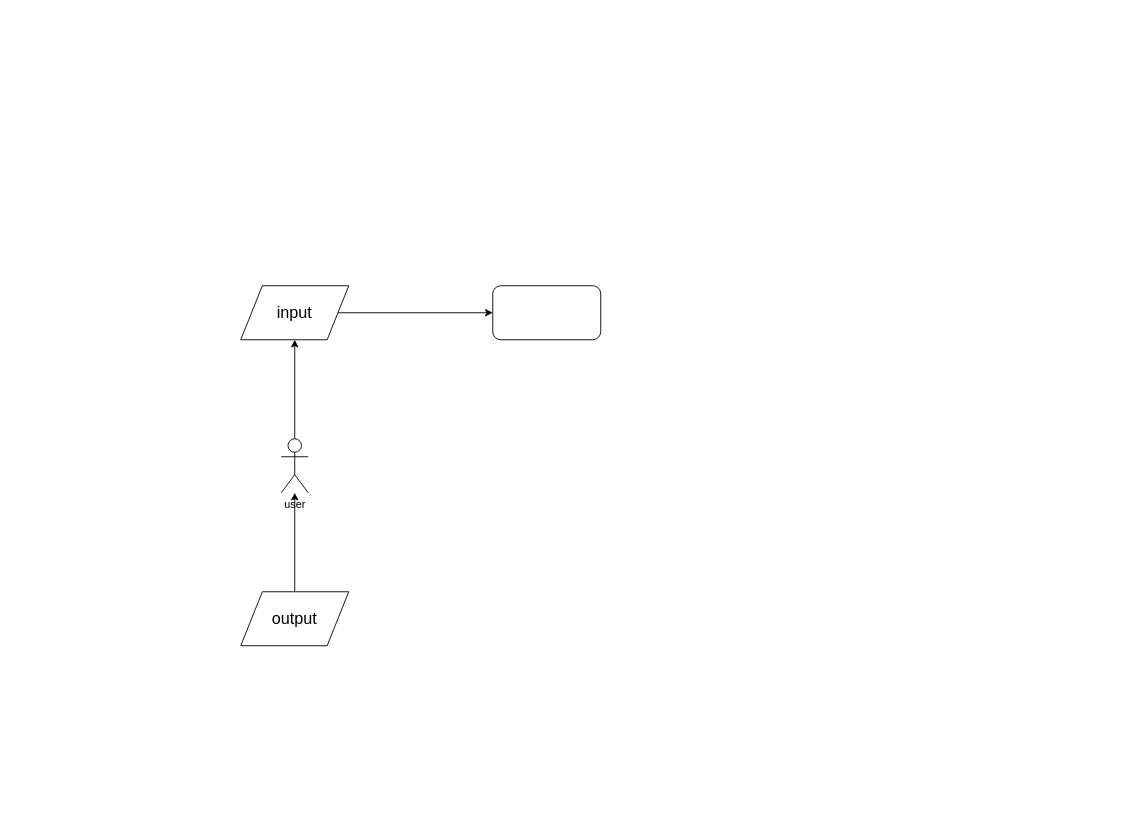
Above: flow_diagram/dialogue_structure.drawio in ricosr/travel_consult_chatbot (draw.io), before the change. Source tidied: cells renumbered, new cells numbered last; positions are measured from the earlier drawing's top-left corner, leaving out a move shared by most shapes. Both pictures are drawn from the tidied source at 90%, with x=0, y=0 at pixel (240, 285).
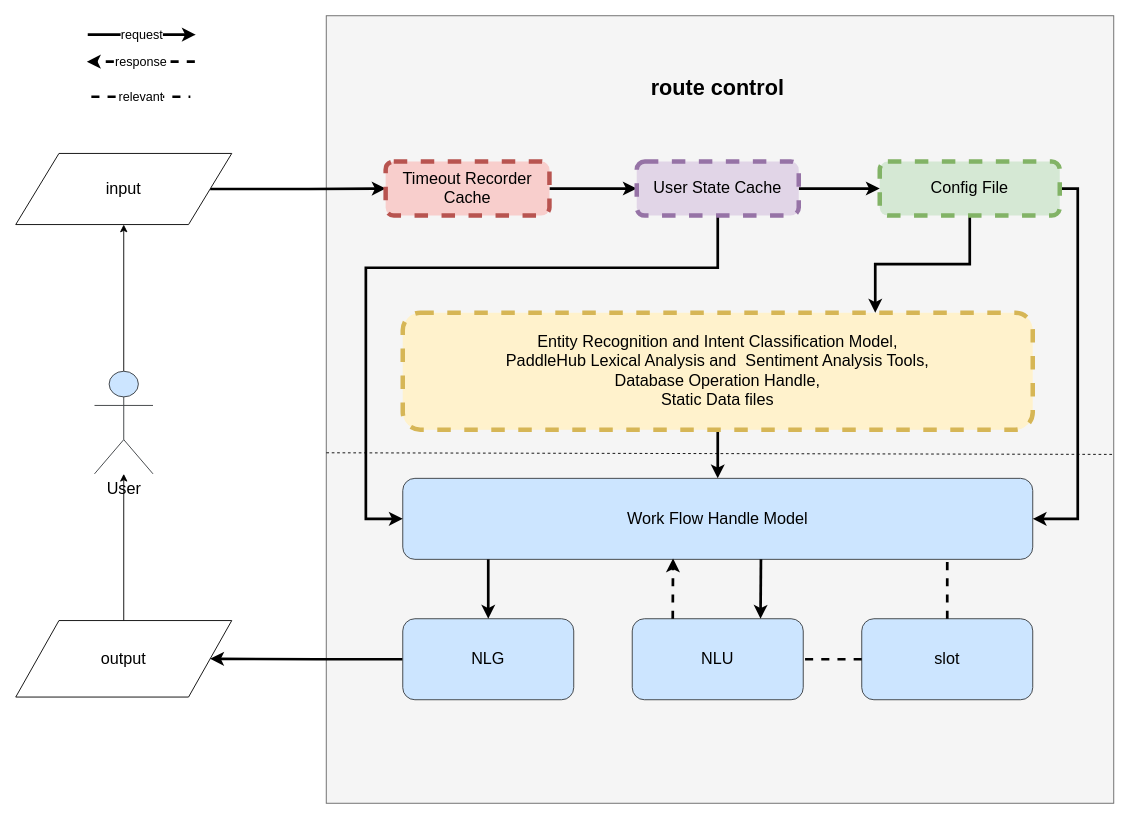
After the change.

What changed in the source:
```diff
@@
+    <mxCell id="9" style="whiteSpace=wrap;html=1;fillColor=#f5f5f5;strokeColor=#666666;fontColor=#333333;" parent="1" vertex="1">
+      <mxGeometry x="95" y="-300" width="875" height="875" as="geometry" />
+    </mxCell>
@@
-    <mxCell id="3" value="user" style="shape=umlActor;verticalLabelPosition=bottom;labelBackgroundColor=#ffffff;verticalAlign=top;html=1;outlineConnect=0;" parent="1" vertex="1">
-      <mxGeometry x="45" y="170" width="30" height="60" as="geometry" />
+    <mxCell id="3" value="&lt;font style=&quot;font-size: 18px&quot;&gt;User&lt;/font&gt;" style="shape=umlActor;verticalLabelPosition=bottom;labelBackgroundColor=#ffffff;verticalAlign=top;html=1;outlineConnect=0;fillColor=#cce5ff;strokeColor=#36393d;" parent="1" vertex="1">
+      <mxGeometry x="-162.5" y="95" width="65" height="114" as="geometry" />
     </mxCell>
-    <mxCell id="4" style="rounded=1;whiteSpace=wrap;html=1;" parent="1" vertex="1">
-      <mxGeometry x="280" width="120" height="60" as="geometry" />
-    </mxCell>
-    <mxCell id="5" style="edgeStyle=orthogonalEdgeStyle;rounded=0;jettySize=auto;html=1;exitX=1;exitY=0.5;exitDx=0;exitDy=0;entryX=0;entryY=0.5;entryDx=0;entryDy=0;" parent="1" edge="1" source="6" target="4">
+    <mxCell id="5" style="edgeStyle=orthogonalEdgeStyle;rounded=0;jettySize=auto;html=1;exitX=1;exitY=0.5;exitDx=0;exitDy=0;entryX=0;entryY=0.5;entryDx=0;entryDy=0;strokeWidth=3;" parent="1" edge="1" source="6" target="15">
       <mxGeometry relative="1" as="geometry" />
     </mxCell>
     <mxCell id="6" value="&lt;font style=&quot;font-size: 18px&quot;&gt;input&lt;/font&gt;" style="shape=parallelogram;perimeter=parallelogramPerimeter;whiteSpace=wrap;html=1;" parent="1" vertex="1">
-      <mxGeometry width="120" height="60" as="geometry" />
+      <mxGeometry x="-250" y="-147" width="240" height="79" as="geometry" />
     </mxCell>
@@
     <mxCell id="8" value="&lt;font style=&quot;font-size: 18px&quot;&gt;output&lt;/font&gt;" style="shape=parallelogram;perimeter=parallelogramPerimeter;whiteSpace=wrap;html=1;" parent="1" vertex="1">
-      <mxGeometry y="340" width="120" height="60" as="geometry" />
+      <mxGeometry x="-250" y="372" width="240" height="85" as="geometry" />
     </mxCell>
+    <mxCell id="10" value="&lt;font style=&quot;font-size: 24px&quot;&gt;&lt;b&gt;route control&lt;/b&gt;&lt;/font&gt;" style="text;html=1;strokeColor=none;fillColor=none;align=center;verticalAlign=middle;whiteSpace=wrap;rounded=0;" parent="1" vertex="1">
+      <mxGeometry x="450" y="-230" width="160" height="20" as="geometry" />
+    </mxCell>
+    <mxCell id="11" style="edgeStyle=orthogonalEdgeStyle;rounded=0;jettySize=auto;html=1;exitX=0.5;exitY=1;exitDx=0;exitDy=0;entryX=0.5;entryY=0;entryDx=0;entryDy=0;strokeWidth=3;" parent="1" edge="1" source="12" target="13">
+      <mxGeometry relative="1" as="geometry" />
+    </mxCell>
+    <mxCell id="12" value="&lt;font style=&quot;font-size: 18px&quot;&gt;Entity Recognition and Intent Classification Model,&lt;br&gt;PaddleHub&amp;nbsp;Lexical Analysis and&amp;nbsp; Sentiment Analysis Tools,&lt;br&gt;Database Operation Handle,&lt;br&gt;Static Data files&lt;br&gt;&lt;/font&gt;" style="rounded=1;whiteSpace=wrap;html=1;dashed=1;fillColor=#fff2cc;strokeColor=#d6b656;strokeWidth=5;" parent="1" vertex="1">
+      <mxGeometry x="180" y="30" width="700" height="130" as="geometry" />
+    </mxCell>
+    <mxCell id="13" value="&lt;font style=&quot;font-size: 18px&quot;&gt;Work Flow Handle Model&lt;/font&gt;" style="rounded=1;whiteSpace=wrap;html=1;fillColor=#cce5ff;strokeColor=#36393d;" parent="1" vertex="1">
+      <mxGeometry x="180" y="214" width="700" height="90" as="geometry" />
+    </mxCell>
+    <mxCell id="14" style="edgeStyle=orthogonalEdgeStyle;rounded=0;jettySize=auto;html=1;exitX=1;exitY=0.5;exitDx=0;exitDy=0;strokeWidth=3;" parent="1" edge="1" source="15" target="21">
+      <mxGeometry relative="1" as="geometry" />
+    </mxCell>
+    <mxCell id="15" value="&lt;span style=&quot;font-size: 18px&quot;&gt;Timeout Recorder Cache&lt;/span&gt;" style="rounded=1;whiteSpace=wrap;html=1;strokeWidth=5;dashed=1;fillColor=#f8cecc;strokeColor=#b85450;" parent="1" vertex="1">
+      <mxGeometry x="161" y="-138" width="182" height="60" as="geometry" />
+    </mxCell>
+    <mxCell id="16" style="edgeStyle=orthogonalEdgeStyle;rounded=0;jettySize=auto;html=1;exitX=1;exitY=0.5;exitDx=0;exitDy=0;entryX=1;entryY=0.5;entryDx=0;entryDy=0;strokeWidth=3;" parent="1" edge="1" source="18" target="13">
+      <mxGeometry relative="1" as="geometry" />
+    </mxCell>
+    <mxCell id="17" style="edgeStyle=orthogonalEdgeStyle;rounded=0;jettySize=auto;html=1;exitX=0.5;exitY=1;exitDx=0;exitDy=0;entryX=0.75;entryY=0;entryDx=0;entryDy=0;strokeWidth=3;" parent="1" edge="1" source="18" target="12">
+      <mxGeometry relative="1" as="geometry" />
+    </mxCell>
+    <mxCell id="18" value="&lt;span style=&quot;font-size: 18px&quot;&gt;Config File&lt;/span&gt;" style="rounded=1;whiteSpace=wrap;html=1;strokeWidth=5;dashed=1;fillColor=#d5e8d4;strokeColor=#82b366;" parent="1" vertex="1">
+      <mxGeometry x="710" y="-138" width="200" height="60" as="geometry" />
+    </mxCell>
+    <mxCell id="19" style="edgeStyle=orthogonalEdgeStyle;rounded=0;jettySize=auto;html=1;exitX=1;exitY=0.5;exitDx=0;exitDy=0;strokeWidth=3;" parent="1" edge="1" source="21" target="18">
+      <mxGeometry relative="1" as="geometry" />
+    </mxCell>
+    <mxCell id="20" style="edgeStyle=orthogonalEdgeStyle;rounded=0;jettySize=auto;html=1;exitX=0.5;exitY=1;exitDx=0;exitDy=0;strokeWidth=3;entryX=0;entryY=0.5;entryDx=0;entryDy=0;" parent="1" edge="1" source="21" target="13">
+      <mxGeometry relative="1" as="geometry">
+        <Array as="points">
+          <mxPoint x="530" y="-20" />
+          <mxPoint x="139" y="-20" />
+          <mxPoint x="139" y="259" />
+        </Array>
+      </mxGeometry>
+    </mxCell>
+    <mxCell id="21" value="&lt;span style=&quot;font-size: 18px&quot;&gt;User State Cache&lt;/span&gt;" style="rounded=1;whiteSpace=wrap;html=1;strokeWidth=5;dashed=1;fillColor=#e1d5e7;strokeColor=#9673a6;" parent="1" vertex="1">
+      <mxGeometry x="440" y="-138" width="180" height="60" as="geometry" />
+    </mxCell>
+    <mxCell id="22" value="&lt;font style=&quot;font-size: 18px&quot;&gt;NLU&lt;/font&gt;" style="rounded=1;whiteSpace=wrap;html=1;fillColor=#cce5ff;strokeColor=#36393d;" parent="1" vertex="1">
+      <mxGeometry x="435" y="370" width="190" height="90" as="geometry" />
+    </mxCell>
+    <mxCell id="23" style="edgeStyle=orthogonalEdgeStyle;rounded=0;jettySize=auto;html=1;exitX=0;exitY=0.5;exitDx=0;exitDy=0;entryX=1;entryY=0.5;entryDx=0;entryDy=0;strokeWidth=3;" parent="1" edge="1" source="24" target="8">
+      <mxGeometry relative="1" as="geometry" />
+    </mxCell>
+    <mxCell id="24" value="&lt;font style=&quot;font-size: 18px&quot;&gt;NLG&lt;/font&gt;" style="rounded=1;whiteSpace=wrap;html=1;fillColor=#cce5ff;strokeColor=#36393d;" parent="1" vertex="1">
+      <mxGeometry x="180" y="370" width="190" height="90" as="geometry" />
+    </mxCell>
+    <mxCell id="25" value="&lt;font style=&quot;font-size: 18px&quot;&gt;slot&lt;/font&gt;" style="rounded=1;whiteSpace=wrap;html=1;fillColor=#cce5ff;strokeColor=#36393d;" parent="1" vertex="1">
+      <mxGeometry x="690" y="370" width="190" height="90" as="geometry" />
+    </mxCell>
+    <mxCell id="26" style="endArrow=none;dashed=1;html=1;strokeWidth=3;exitX=0.5;exitY=0;exitDx=0;exitDy=0;" parent="1" edge="1" source="25">
+      <mxGeometry relative="1" as="geometry">
+        <mxPoint x="785" y="304" as="targetPoint" />
+      </mxGeometry>
+    </mxCell>
+    <mxCell id="27" style="endArrow=none;dashed=1;html=1;strokeWidth=3;exitX=0;exitY=0.5;exitDx=0;exitDy=0;entryX=1;entryY=0.5;entryDx=0;entryDy=0;" parent="1" edge="1" source="25" target="22">
+      <mxGeometry relative="1" as="geometry" />
+    </mxCell>
+    <mxCell id="28" style="endArrow=classic;html=1;strokeWidth=3;entryX=0.75;entryY=0;entryDx=0;entryDy=0;" parent="1" edge="1" target="22">
+      <mxGeometry relative="1" as="geometry">
+        <mxPoint x="578" y="304" as="sourcePoint" />
+      </mxGeometry>
+    </mxCell>
+    <mxCell id="29" style="endArrow=classic;html=1;strokeWidth=3;entryX=0.429;entryY=1;entryDx=0;entryDy=0;entryPerimeter=0;dashed=1;" parent="1" edge="1">
+      <mxGeometry relative="1" as="geometry">
+        <mxPoint x="480" y="370" as="sourcePoint" />
+        <mxPoint x="480.3" y="303" as="targetPoint" />
+      </mxGeometry>
+    </mxCell>
+    <mxCell id="30" style="endArrow=classic;html=1;strokeWidth=3;entryX=0.5;entryY=0;entryDx=0;entryDy=0;" parent="1" edge="1" target="24">
+      <mxGeometry relative="1" as="geometry">
+        <mxPoint x="275" y="304" as="sourcePoint" />
+      </mxGeometry>
+    </mxCell>
+    <mxCell id="31" value="&lt;font style=&quot;font-size: 14px&quot;&gt;request&lt;/font&gt;" style="endArrow=classic;html=1;strokeWidth=3;" parent="1" edge="1">
+      <mxGeometry relative="1" as="geometry">
+        <mxPoint x="-170" y="-279" as="sourcePoint" />
+        <mxPoint x="-50" y="-279" as="targetPoint" />
+      </mxGeometry>
+    </mxCell>
+    <mxCell id="32" value="&lt;font style=&quot;font-size: 14px&quot;&gt;response&lt;/font&gt;" style="endArrow=classic;html=1;dashed=1;strokeWidth=3;" parent="1" edge="1">
+      <mxGeometry relative="1" as="geometry">
+        <mxPoint x="-51" y="-249" as="sourcePoint" />
+        <mxPoint x="-171" y="-249" as="targetPoint" />
+      </mxGeometry>
+    </mxCell>
+    <mxCell id="33" value="&lt;font style=&quot;font-size: 14px&quot;&gt;relevant&lt;/font&gt;" style="endArrow=none;dashed=1;html=1;strokeWidth=3;" parent="1" edge="1">
+      <mxGeometry relative="1" as="geometry">
+        <mxPoint x="-166" y="-210" as="sourcePoint" />
+        <mxPoint x="-56" y="-210" as="targetPoint" />
+      </mxGeometry>
+    </mxCell>
+    <mxCell id="34" style="endArrow=none;dashed=1;html=1;strokeWidth=1;entryX=1;entryY=0.557;entryDx=0;entryDy=0;entryPerimeter=0;exitX=-0.001;exitY=0.555;exitDx=0;exitDy=0;exitPerimeter=0;" parent="1" edge="1">
+      <mxGeometry relative="1" as="geometry">
+        <mxPoint x="95.1" y="185.6" as="sourcePoint" />
+        <mxPoint x="971" y="187.4" as="targetPoint" />
+      </mxGeometry>
+    </mxCell>
```
